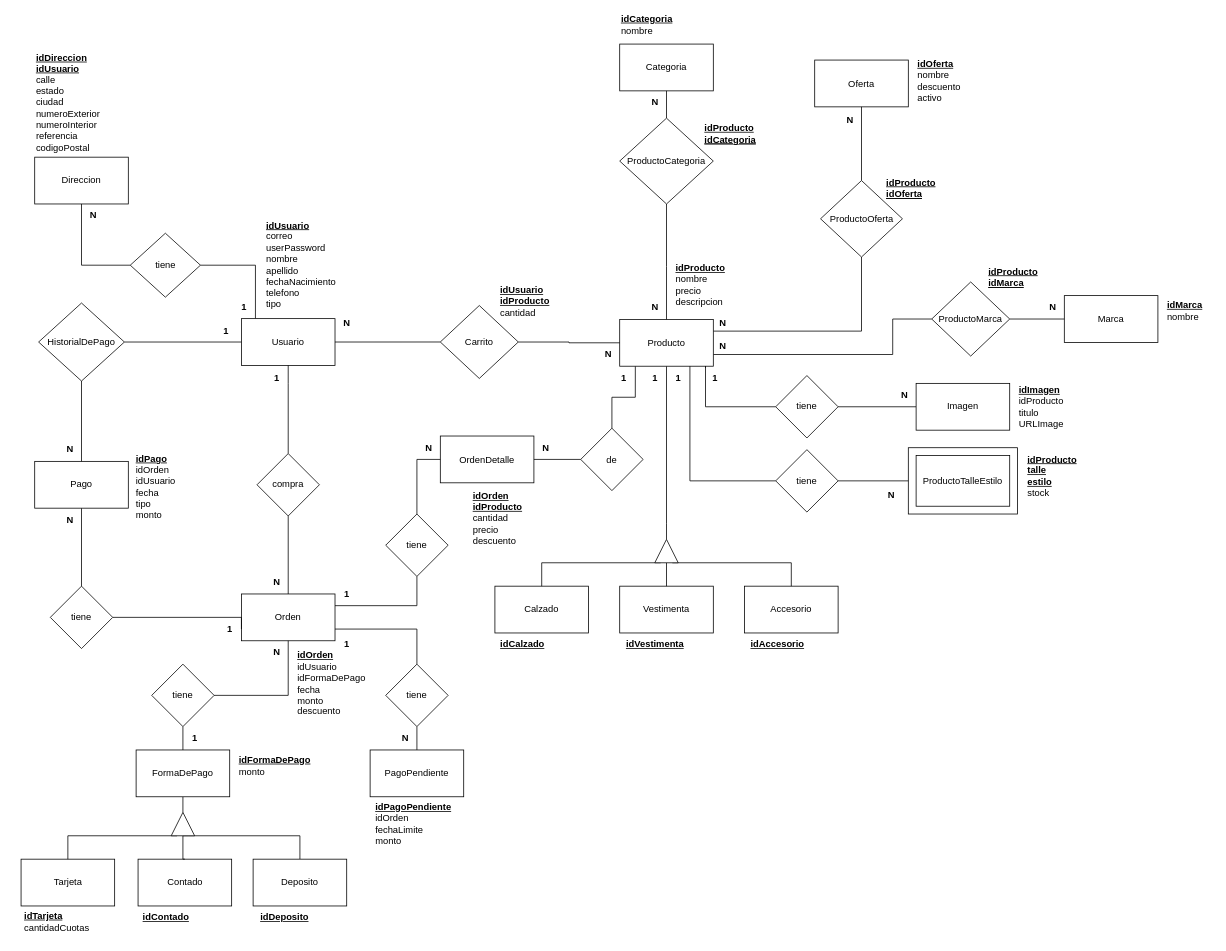
Earlier version of the draw.io diagram documentacion-Ecommerce/MEREcommerce.drawio (YolausGG/ProyectosReact-TrocheGodoy). Source tidied: cells renumbered, new cells numbered last; positions are measured from the earlier drawing's top-left corner, leaving out a move shared by most shapes. Both pictures are drawn from the tidied source at 78%, with x=0, y=0 at pixel (12, 16).
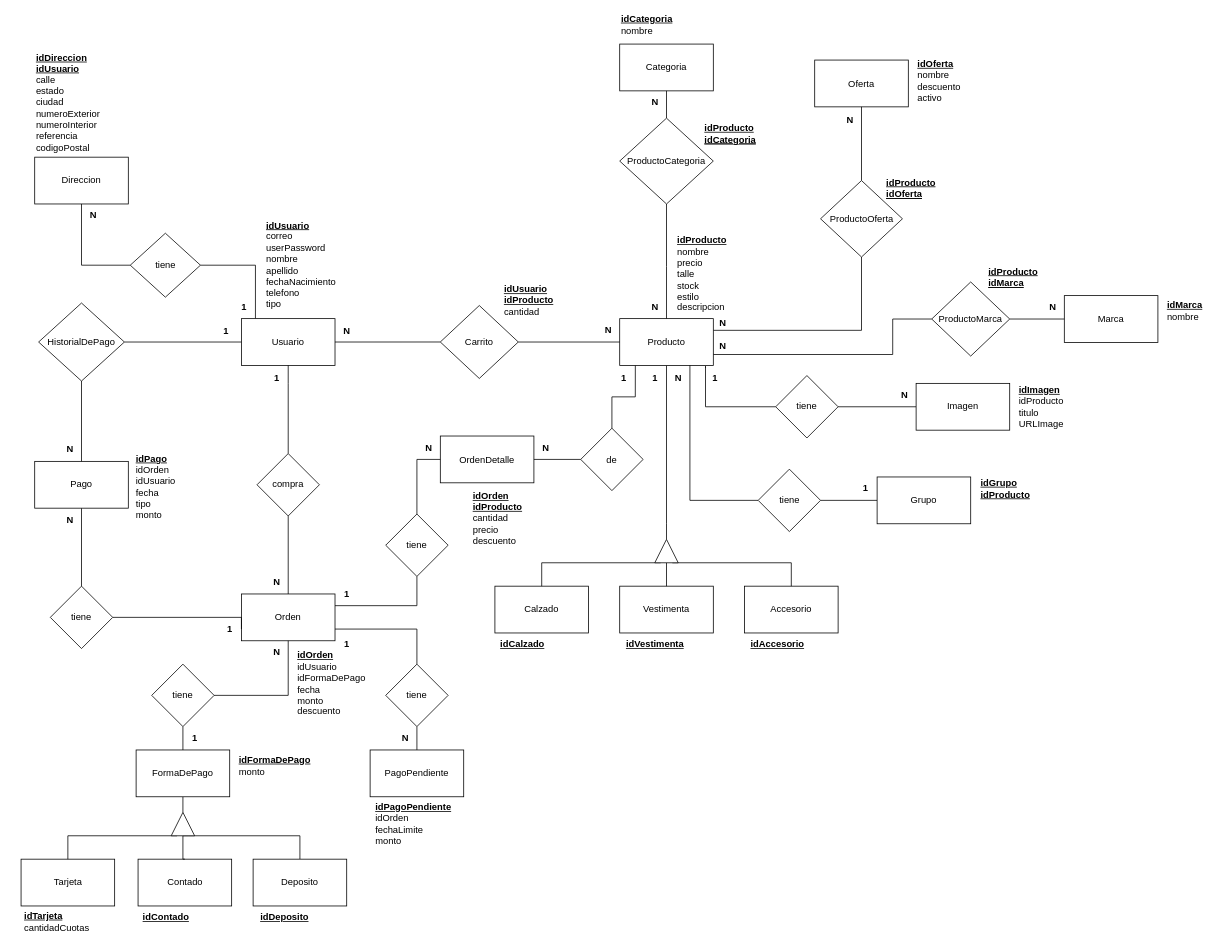
Above is the later version.

The edit, as a diff of the source:
```diff
@@
     <mxCell id="6" value="Producto" style="rounded=0;whiteSpace=wrap;html=1;" parent="1" vertex="1">
-      <mxGeometry x="778" y="388" width="120" height="60" as="geometry" />
+      <mxGeometry x="778" y="387" width="120" height="60" as="geometry" />
     </mxCell>
@@
     <mxCell id="19" value="N" style="text;html=1;align=center;verticalAlign=middle;strokeColor=none;fillColor=none;fontStyle=1;" parent="1" vertex="1">
-      <mxGeometry x="413" y="378" width="30" height="30" as="geometry" />
+      <mxGeometry x="413" y="388" width="30" height="30" as="geometry" />
     </mxCell>
     <mxCell id="20" value="N" style="text;html=1;align=center;verticalAlign=middle;strokeColor=none;fillColor=none;fontStyle=1;" parent="1" vertex="1">
-      <mxGeometry x="748" y="417.5" width="30" height="30" as="geometry" />
+      <mxGeometry x="748" y="387" width="30" height="30" as="geometry" />
     </mxCell>
@@
-    <mxCell id="29" value="&lt;b style=&quot;border-color: var(--border-color);&quot;&gt;&lt;u style=&quot;border-color: var(--border-color);&quot;&gt;idUsuario&lt;br&gt;&lt;/u&gt;&lt;/b&gt;&lt;font style=&quot;font-size: 12px;&quot;&gt;&lt;b style=&quot;text-decoration-line: underline;&quot;&gt;idProducto&lt;/b&gt;&lt;br&gt;cantidad&lt;br&gt;&lt;/font&gt;&lt;u style=&quot;font-weight: bold;&quot;&gt;&lt;font style=&quot;font-size: 12px;&quot;&gt;&lt;br&gt;&lt;/font&gt;&lt;/u&gt;" style="text;html=1;strokeColor=none;fillColor=none;align=left;verticalAlign=middle;whiteSpace=wrap;rounded=0;" parent="1" vertex="1">
-      <mxGeometry x="623" y="350" width="70" height="44" as="geometry" />
+    <mxCell id="29" value="&lt;b style=&quot;border-color: var(--border-color);&quot;&gt;&lt;u style=&quot;border-color: var(--border-color);&quot;&gt;idUsuario&lt;/u&gt;&lt;/b&gt;&lt;div&gt;&lt;font style=&quot;font-size: 12px;&quot;&gt;&lt;b style=&quot;text-decoration-line: underline;&quot;&gt;idProducto&lt;/b&gt;&lt;br&gt;cantidad&lt;/font&gt;&lt;u style=&quot;font-weight: bold;&quot;&gt;&lt;font style=&quot;font-size: 12px;&quot;&gt;&lt;br&gt;&lt;/font&gt;&lt;/u&gt;&lt;/div&gt;" style="text;html=1;strokeColor=none;fillColor=none;align=left;verticalAlign=middle;whiteSpace=wrap;rounded=0;" parent="1" vertex="1">
+      <mxGeometry x="628" y="340" width="82.5" height="48" as="geometry" />
     </mxCell>
-    <mxCell id="30" value="&lt;b style=&quot;border-color: var(--border-color); text-align: center;&quot;&gt;&lt;u style=&quot;border-color: var(--border-color);&quot;&gt;&lt;font style=&quot;border-color: var(--border-color);&quot;&gt;idProducto&lt;/font&gt;&lt;/u&gt;&lt;/b&gt;&lt;span style=&quot;font-weight: normal;&quot;&gt;&lt;br&gt;nombre&lt;br&gt;precio&lt;br&gt;descripcion&lt;br&gt;&lt;/span&gt;" style="text;html=1;strokeColor=none;fillColor=none;align=left;verticalAlign=middle;whiteSpace=wrap;rounded=0;fontStyle=1;" parent="1" vertex="1">
-      <mxGeometry x="848" y="310" width="70" height="68" as="geometry" />
+    <mxCell id="30" value="&lt;b style=&quot;border-color: var(--border-color); text-align: center;&quot;&gt;&lt;u style=&quot;border-color: var(--border-color);&quot;&gt;&lt;font style=&quot;border-color: var(--border-color);&quot;&gt;idProducto&lt;/font&gt;&lt;/u&gt;&lt;/b&gt;&lt;span style=&quot;font-weight: normal;&quot;&gt;&lt;br&gt;nombre&lt;br&gt;precio&lt;/span&gt;&lt;div&gt;&lt;span style=&quot;font-weight: normal;&quot;&gt;talle&amp;nbsp;&lt;/span&gt;&lt;/div&gt;&lt;div&gt;&lt;span style=&quot;font-weight: normal;&quot;&gt;stock&lt;/span&gt;&lt;/div&gt;&lt;div&gt;&lt;span style=&quot;font-weight: normal;&quot;&gt;estilo&lt;br&gt;descripcion&lt;br&gt;&lt;/span&gt;&lt;/div&gt;" style="text;html=1;strokeColor=none;fillColor=none;align=left;verticalAlign=middle;whiteSpace=wrap;rounded=0;fontStyle=1;" parent="1" vertex="1">
+      <mxGeometry x="850" y="280" width="100" height="99" as="geometry" />
     </mxCell>
@@
-    <mxCell id="98" value="ProductoTalleEstilo" style="rounded=0;whiteSpace=wrap;html=1;" parent="1" vertex="1">
-      <mxGeometry x="1158" y="562.5" width="120" height="65" as="geometry" />
-    </mxCell>
-    <mxCell id="99" style="edgeStyle=orthogonalEdgeStyle;rounded=0;jettySize=auto;html=1;entryX=0;entryY=0.5;entryDx=0;entryDy=0;endArrow=none;endFill=0;" parent="1" edge="1" source="100" target="104">
-      <mxGeometry relative="1" as="geometry" />
-    </mxCell>
+    <mxCell id="126" style="edgeStyle=orthogonalEdgeStyle;rounded=0;jettySize=auto;html=1;exitX=0;exitY=0.5;exitDx=0;exitDy=0;entryX=0.75;entryY=1;entryDx=0;entryDy=0;endArrow=none;endFill=0;" parent="1" edge="1" source="100" target="6">
+      <mxGeometry relative="1" as="geometry" />
+    </mxCell>
+    <mxCell id="127" style="edgeStyle=orthogonalEdgeStyle;rounded=0;jettySize=auto;html=1;entryX=0;entryY=0.5;entryDx=0;entryDy=0;endArrow=none;endFill=0;" parent="1" edge="1" source="100" target="128">
+      <mxGeometry relative="1" as="geometry" />
+    </mxCell>
     <mxCell id="100" value="tiene" style="rhombus;whiteSpace=wrap;html=1;" parent="1" vertex="1">
-      <mxGeometry x="978" y="555" width="80" height="80" as="geometry" />
+      <mxGeometry x="955.5" y="580" width="80" height="80" as="geometry" />
     </mxCell>
-    <mxCell id="101" style="endArrow=none;html=1;rounded=0;entryX=0;entryY=0.5;entryDx=0;entryDy=0;edgeStyle=orthogonalEdgeStyle;exitX=0.75;exitY=1;exitDx=0;exitDy=0;" parent="1" edge="1" source="6" target="100">
-      <mxGeometry relative="1" as="geometry">
-        <Array as="points">
-          <mxPoint x="868" y="595" />
-        </Array>
-      </mxGeometry>
-    </mxCell>
     <mxCell id="102" value="1" style="text;html=1;align=center;verticalAlign=middle;strokeColor=none;fillColor=none;fontStyle=1;" parent="1" vertex="1">
-      <mxGeometry x="838" y="447.5" width="30" height="30" as="geometry" />
+      <mxGeometry x="1078" y="590" width="30" height="30" as="geometry" />
     </mxCell>
-    <mxCell id="103" value="N" style="text;html=1;align=center;verticalAlign=middle;strokeColor=none;fillColor=none;fontStyle=1;" parent="1" vertex="1">
-      <mxGeometry x="1110.5" y="597.5" width="30" height="30" as="geometry" />
-    </mxCell>
-    <mxCell id="104" style="rounded=0;whiteSpace=wrap;html=1;glass=0;fillColor=none;" parent="1" vertex="1">
-      <mxGeometry x="1148" y="552.5" width="140" height="85" as="geometry" />
-    </mxCell>
-    <mxCell id="105" value="&lt;u style=&quot;&quot;&gt;idProducto&lt;br&gt;talle&lt;br&gt;&lt;/u&gt;&lt;u&gt;estilo&lt;/u&gt;&lt;br&gt;&lt;span style=&quot;font-weight: normal;&quot;&gt;stock&lt;/span&gt;" style="text;html=1;strokeColor=none;fillColor=none;align=left;verticalAlign=middle;whiteSpace=wrap;rounded=0;fontStyle=1;" parent="1" vertex="1">
-      <mxGeometry x="1299" y="555" width="70" height="68" as="geometry" />
+    <mxCell id="105" value="&lt;u&gt;idGrupo&lt;/u&gt;&lt;div&gt;&lt;u style=&quot;&quot;&gt;idProducto&lt;/u&gt;&lt;br&gt;&lt;/div&gt;" style="text;html=1;strokeColor=none;fillColor=none;align=left;verticalAlign=middle;whiteSpace=wrap;rounded=0;fontStyle=1;" parent="1" vertex="1">
+      <mxGeometry x="1239" y="590" width="70" height="30" as="geometry" />
     </mxCell>
@@
+    <mxCell id="128" value="Grupo" style="rounded=0;whiteSpace=wrap;html=1;" parent="1" vertex="1">
+      <mxGeometry x="1108" y="590" width="120" height="60" as="geometry" />
+    </mxCell>
+    <mxCell id="103" value="N" style="text;html=1;align=center;verticalAlign=middle;strokeColor=none;fillColor=none;fontStyle=1;" parent="1" vertex="1">
+      <mxGeometry x="838" y="448" width="30" height="30" as="geometry" />
+    </mxCell>
```
